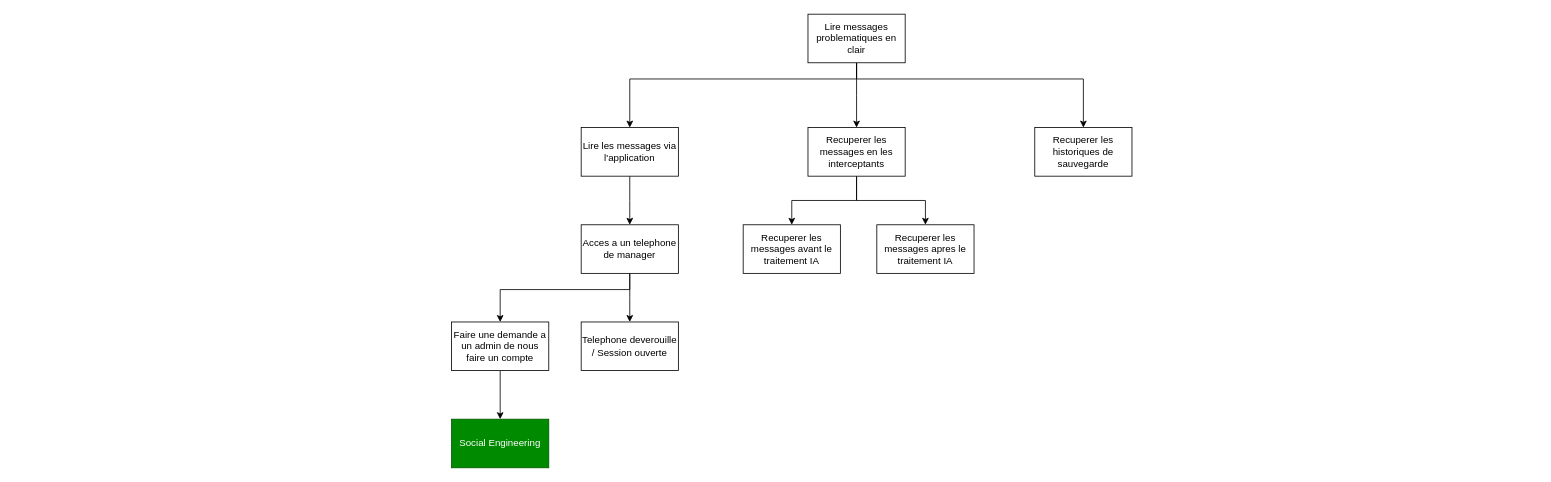
Above: docs/Attack_tree.drawio in spirolad/episecurity-ios (draw.io), before the change. Source tidied: cells renumbered, new cells numbered last; positions are measured from the earlier drawing's top-left corner, leaving out a move shared by most shapes. Both pictures are drawn from the tidied source at 81%, with x=0, y=0 at pixel (451, 14).
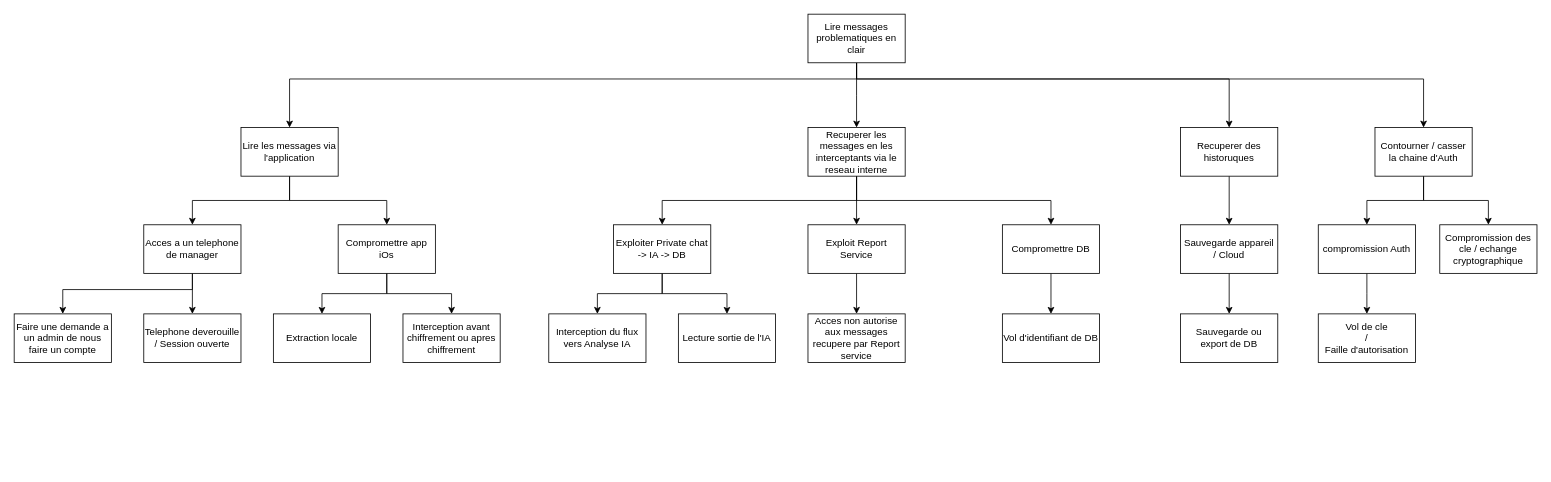
The same page after the edit.

Commit message:
feat: Improve Attack Tree

Unchanged cells that the change refers to:
```xml
<mxCell id="5" value="Lire messages problematiques en clair" style="rounded=0;whiteSpace=wrap;html=1;" parent="1" vertex="1">
  <mxGeometry x="440" width="120" height="60" as="geometry" />
</mxCell>
```

The edit, as a diff of the source:
```diff
@@
-    <mxCell id="2" style="edgeStyle=orthogonalEdgeStyle;rounded=0;jettySize=auto;html=1;defaultLabelBackgroundColor=page;labelPadding=0 4;" parent="1" edge="1" source="5">
-      <mxGeometry x="-0.11" relative="1" as="geometry">
-        <mxPoint x="220" y="140" as="targetPoint" />
+    <mxCell id="2" style="edgeStyle=orthogonalEdgeStyle;rounded=0;jettySize=auto;html=1;defaultLabelBackgroundColor=page;labelPadding=0 4;entryX=0.5;entryY=0;entryDx=0;entryDy=0;" parent="1" edge="1" source="5" target="7">
+      <mxGeometry x="-0.41" relative="1" as="geometry">
         <Array as="points">
           <mxPoint x="500" y="80" />
-          <mxPoint x="220" y="80" />
+          <mxPoint x="-200" y="80" />
         </Array>
       </mxGeometry>
     </mxCell>
@@
-    <mxCell id="4" style="edgeStyle=orthogonalEdgeStyle;rounded=0;jettySize=auto;html=1;defaultLabelBackgroundColor=page;labelPadding=0 4;" parent="1" edge="1" source="5">
-      <mxGeometry relative="1" as="geometry">
-        <mxPoint x="780" y="140" as="targetPoint" />
-        <Array as="points">
-          <mxPoint x="500" y="80" />
-          <mxPoint x="780" y="80" />
-        </Array>
-      </mxGeometry>
-    </mxCell>
+    <mxCell id="21" style="edgeStyle=orthogonalEdgeStyle;rounded=0;jettySize=auto;html=1;entryX=0.5;entryY=0;entryDx=0;entryDy=0;defaultLabelBackgroundColor=page;labelPadding=0 4;" parent="1" edge="1" source="5" target="42">
+      <mxGeometry relative="1" as="geometry">
+        <Array as="points">
+          <mxPoint x="500" y="80" />
+          <mxPoint x="960" y="80" />
+        </Array>
+      </mxGeometry>
+    </mxCell>
+    <mxCell id="22" style="edgeStyle=orthogonalEdgeStyle;rounded=0;jettySize=auto;html=1;entryX=0.5;entryY=0;entryDx=0;entryDy=0;defaultLabelBackgroundColor=page;labelPadding=0 4;" parent="1" edge="1" source="5" target="48">
+      <mxGeometry relative="1" as="geometry">
+        <Array as="points">
+          <mxPoint x="500" y="80" />
+          <mxPoint x="1200" y="80" />
+        </Array>
+      </mxGeometry>
+    </mxCell>
@@
-    <mxCell id="6" style="edgeStyle=orthogonalEdgeStyle;rounded=0;jettySize=auto;html=1;defaultLabelBackgroundColor=page;labelPadding=0 4;" parent="1" edge="1" source="7">
-      <mxGeometry relative="1" as="geometry">
-        <mxPoint x="220" y="260" as="targetPoint" />
-      </mxGeometry>
+    <mxCell id="6" style="edgeStyle=orthogonalEdgeStyle;rounded=0;jettySize=auto;html=1;defaultLabelBackgroundColor=page;labelPadding=0 4;entryX=0.5;entryY=0;entryDx=0;entryDy=0;" parent="1" edge="1" source="7" target="14">
+      <mxGeometry x="-0.67" relative="1" as="geometry" />
     </mxCell>
+    <mxCell id="23" style="edgeStyle=orthogonalEdgeStyle;rounded=0;jettySize=auto;html=1;entryX=0.5;entryY=0;entryDx=0;entryDy=0;defaultLabelBackgroundColor=page;labelPadding=0 4;" parent="1" edge="1" source="7" target="33">
+      <mxGeometry relative="1" as="geometry" />
+    </mxCell>
     <mxCell id="7" value="Lire les messages via l'application" style="rounded=0;whiteSpace=wrap;html=1;" parent="1" vertex="1">
-      <mxGeometry x="160" y="140" width="120" height="60" as="geometry" />
+      <mxGeometry x="-260" y="140" width="120" height="60" as="geometry" />
     </mxCell>
     <mxCell id="8" style="edgeStyle=orthogonalEdgeStyle;rounded=0;jettySize=auto;html=1;defaultLabelBackgroundColor=page;labelPadding=0 4;entryX=0.5;entryY=0;entryDx=0;entryDy=0;" parent="1" edge="1" source="10" target="19">
-      <mxGeometry x="-0.57" relative="1" as="geometry" />
+      <mxGeometry x="-0.52" relative="1" as="geometry">
+        <Array as="points">
+          <mxPoint x="500" y="230" />
+          <mxPoint x="260" y="230" />
+        </Array>
+      </mxGeometry>
     </mxCell>
@@
+    <mxCell id="24" style="edgeStyle=orthogonalEdgeStyle;rounded=0;jettySize=auto;html=1;entryX=0.5;entryY=0;entryDx=0;entryDy=0;defaultLabelBackgroundColor=page;labelPadding=0 4;" parent="1" edge="1" source="10" target="39">
+      <mxGeometry relative="1" as="geometry">
+        <Array as="points">
+          <mxPoint x="500" y="230" />
+          <mxPoint x="740" y="230" />
+        </Array>
+      </mxGeometry>
+    </mxCell>
-    <mxCell id="10" value="Recuperer les messages en les interceptants" style="rounded=0;whiteSpace=wrap;html=1;" parent="1" vertex="1">
+    <mxCell id="10" value="Recuperer les messages en les interceptants via le reseau interne" style="rounded=0;whiteSpace=wrap;html=1;" parent="1" vertex="1">
       <mxGeometry x="440" y="140" width="120" height="60" as="geometry" />
     </mxCell>
-    <mxCell id="11" value="Recuperer les historiques de sauvegarde" style="rounded=0;whiteSpace=wrap;html=1;" parent="1" vertex="1">
-      <mxGeometry x="720" y="140" width="120" height="60" as="geometry" />
-    </mxCell>
-    <mxCell id="12" style="edgeStyle=orthogonalEdgeStyle;rounded=0;jettySize=auto;html=1;defaultLabelBackgroundColor=page;labelPadding=0 4;" parent="1" edge="1" source="14">
-      <mxGeometry relative="1" as="geometry">
-        <mxPoint x="220" y="380" as="targetPoint" />
-      </mxGeometry>
-    </mxCell>
-    <mxCell id="13" style="edgeStyle=orthogonalEdgeStyle;rounded=0;jettySize=auto;html=1;defaultLabelBackgroundColor=page;labelPadding=0 4;" parent="1" edge="1" source="14">
-      <mxGeometry relative="1" as="geometry">
-        <mxPoint x="60" y="380" as="targetPoint" />
-        <Array as="points">
-          <mxPoint x="220" y="340" />
-          <mxPoint x="60" y="340" />
-        </Array>
-      </mxGeometry>
-    </mxCell>
+    <mxCell id="25" style="edgeStyle=orthogonalEdgeStyle;rounded=0;jettySize=auto;html=1;entryX=0.5;entryY=0;entryDx=0;entryDy=0;defaultLabelBackgroundColor=page;labelPadding=0 4;" parent="1" edge="1" source="14" target="15">
+      <mxGeometry relative="1" as="geometry" />
+    </mxCell>
+    <mxCell id="26" style="edgeStyle=orthogonalEdgeStyle;rounded=0;jettySize=auto;html=1;entryX=0.5;entryY=0;entryDx=0;entryDy=0;defaultLabelBackgroundColor=page;labelPadding=0 4;" parent="1" edge="1" source="14" target="17">
+      <mxGeometry relative="1" as="geometry">
+        <Array as="points">
+          <mxPoint x="-320" y="340" />
+          <mxPoint x="-480" y="340" />
+        </Array>
+      </mxGeometry>
+    </mxCell>
     <mxCell id="14" value="Acces a un telephone de manager" style="rounded=0;whiteSpace=wrap;html=1;" parent="1" vertex="1">
-      <mxGeometry x="160" y="260" width="120" height="60" as="geometry" />
+      <mxGeometry x="-380" y="260" width="120" height="60" as="geometry" />
     </mxCell>
     <mxCell id="15" value="Telephone deverouille / Session ouverte" style="rounded=0;whiteSpace=wrap;html=1;" parent="1" vertex="1">
-      <mxGeometry x="160" y="380" width="120" height="60" as="geometry" />
+      <mxGeometry x="-380" y="370" width="120" height="60" as="geometry" />
     </mxCell>
-    <mxCell id="16" style="edgeStyle=orthogonalEdgeStyle;rounded=0;jettySize=auto;html=1;defaultLabelBackgroundColor=page;labelPadding=0 4;" parent="1" edge="1" source="17">
-      <mxGeometry relative="1" as="geometry">
-        <mxPoint x="60" y="500" as="targetPoint" />
-      </mxGeometry>
-    </mxCell>
     <mxCell id="17" value="Faire une demande a un admin de nous faire un compte" style="rounded=0;whiteSpace=wrap;html=1;" parent="1" vertex="1">
-      <mxGeometry y="380" width="120" height="60" as="geometry" />
+      <mxGeometry x="-540" y="370" width="120" height="60" as="geometry" />
     </mxCell>
-    <mxCell id="18" value="Social Engineering" style="rounded=0;whiteSpace=wrap;html=1;fillColor=#008a00;fontColor=#ffffff;strokeColor=#005700;" parent="1" vertex="1">
-      <mxGeometry y="500" width="120" height="60" as="geometry" />
-    </mxCell>
+    <mxCell id="27" style="edgeStyle=orthogonalEdgeStyle;rounded=0;jettySize=auto;html=1;defaultLabelBackgroundColor=page;labelPadding=0 4;entryX=0.5;entryY=0;entryDx=0;entryDy=0;" parent="1" edge="1" source="19" target="30">
+      <mxGeometry relative="1" as="geometry" />
+    </mxCell>
+    <mxCell id="28" style="edgeStyle=orthogonalEdgeStyle;rounded=0;jettySize=auto;html=1;entryX=0.5;entryY=0;entryDx=0;entryDy=0;defaultLabelBackgroundColor=page;labelPadding=0 4;" parent="1" edge="1" source="19" target="36">
+      <mxGeometry relative="1" as="geometry" />
+    </mxCell>
-    <mxCell id="19" value="Recuperer les messages avant le traitement IA" style="rounded=0;whiteSpace=wrap;html=1;" parent="1" vertex="1">
-      <mxGeometry x="360" y="260" width="120" height="60" as="geometry" />
+    <mxCell id="19" value="Exploiter Private chat -&amp;gt; IA -&amp;gt; DB" style="rounded=0;whiteSpace=wrap;html=1;" parent="1" vertex="1">
+      <mxGeometry x="200" y="260" width="120" height="60" as="geometry" />
     </mxCell>
+    <mxCell id="29" style="edgeStyle=orthogonalEdgeStyle;rounded=0;jettySize=auto;html=1;defaultLabelBackgroundColor=page;labelPadding=0 4;entryX=0.5;entryY=0;entryDx=0;entryDy=0;" parent="1" edge="1" source="20" target="37">
+      <mxGeometry relative="1" as="geometry" />
+    </mxCell>
-    <mxCell id="20" value="Recuperer les messages apres le traitement IA" style="rounded=0;whiteSpace=wrap;html=1;" parent="1" vertex="1">
-      <mxGeometry x="525" y="260" width="120" height="60" as="geometry" />
+    <mxCell id="20" value="Exploit Report Service" style="rounded=0;whiteSpace=wrap;html=1;" parent="1" vertex="1">
+      <mxGeometry x="440" y="260" width="120" height="60" as="geometry" />
     </mxCell>
+    <mxCell id="30" value="Interception du flux vers Analyse IA" style="rounded=0;whiteSpace=wrap;html=1;" parent="1" vertex="1">
+      <mxGeometry x="120" y="370" width="120" height="60" as="geometry" />
+    </mxCell>
+    <mxCell id="31" style="edgeStyle=orthogonalEdgeStyle;rounded=0;jettySize=auto;html=1;entryX=0.5;entryY=0;entryDx=0;entryDy=0;defaultLabelBackgroundColor=page;labelPadding=0 4;" parent="1" edge="1" source="33" target="35">
+      <mxGeometry relative="1" as="geometry" />
+    </mxCell>
+    <mxCell id="32" style="edgeStyle=orthogonalEdgeStyle;rounded=0;jettySize=auto;html=1;entryX=0.5;entryY=0;entryDx=0;entryDy=0;defaultLabelBackgroundColor=page;labelPadding=0 4;" parent="1" edge="1" source="33" target="34">
+      <mxGeometry relative="1" as="geometry" />
+    </mxCell>
+    <mxCell id="33" value="Compromettre app iOs" style="rounded=0;whiteSpace=wrap;html=1;" parent="1" vertex="1">
+      <mxGeometry x="-140" y="260" width="120" height="60" as="geometry" />
+    </mxCell>
+    <mxCell id="34" value="Extraction locale" style="rounded=0;whiteSpace=wrap;html=1;" parent="1" vertex="1">
+      <mxGeometry x="-220" y="370" width="120" height="60" as="geometry" />
+    </mxCell>
+    <mxCell id="35" value="Interception avant chiffrement ou apres chiffrement" style="rounded=0;whiteSpace=wrap;html=1;" parent="1" vertex="1">
+      <mxGeometry x="-60" y="370" width="120" height="60" as="geometry" />
+    </mxCell>
+    <mxCell id="36" value="Lecture sortie de l'IA" style="rounded=0;whiteSpace=wrap;html=1;" parent="1" vertex="1">
+      <mxGeometry x="280" y="370" width="120" height="60" as="geometry" />
+    </mxCell>
+    <mxCell id="37" value="Acces non autorise aux messages recupere par Report service" style="rounded=0;whiteSpace=wrap;html=1;" parent="1" vertex="1">
+      <mxGeometry x="440" y="370" width="120" height="60" as="geometry" />
+    </mxCell>
+    <mxCell id="38" style="edgeStyle=orthogonalEdgeStyle;rounded=0;jettySize=auto;html=1;defaultLabelBackgroundColor=page;labelPadding=0 4;entryX=0.5;entryY=0;entryDx=0;entryDy=0;" parent="1" edge="1" source="39" target="40">
+      <mxGeometry relative="1" as="geometry" />
+    </mxCell>
+    <mxCell id="39" value="Compromettre DB" style="rounded=0;whiteSpace=wrap;html=1;" parent="1" vertex="1">
+      <mxGeometry x="680" y="260" width="120" height="60" as="geometry" />
+    </mxCell>
+    <mxCell id="40" value="Vol d'identifiant de DB" style="rounded=0;whiteSpace=wrap;html=1;" parent="1" vertex="1">
+      <mxGeometry x="680" y="370" width="120" height="60" as="geometry" />
+    </mxCell>
+    <mxCell id="41" style="edgeStyle=orthogonalEdgeStyle;rounded=0;jettySize=auto;html=1;entryX=0.5;entryY=0;entryDx=0;entryDy=0;defaultLabelBackgroundColor=page;labelPadding=0 4;" parent="1" edge="1" source="42" target="44">
+      <mxGeometry relative="1" as="geometry" />
+    </mxCell>
+    <mxCell id="42" value="Recuperer des historuques" style="rounded=0;whiteSpace=wrap;html=1;" parent="1" vertex="1">
+      <mxGeometry x="900" y="140" width="120" height="60" as="geometry" />
+    </mxCell>
+    <mxCell id="43" style="edgeStyle=orthogonalEdgeStyle;rounded=0;jettySize=auto;html=1;entryX=0.5;entryY=0;entryDx=0;entryDy=0;defaultLabelBackgroundColor=page;labelPadding=0 4;" parent="1" edge="1" source="44" target="45">
+      <mxGeometry relative="1" as="geometry" />
+    </mxCell>
+    <mxCell id="44" value="Sauvegarde appareil&lt;div&gt;/ Cloud&lt;/div&gt;" style="rounded=0;whiteSpace=wrap;html=1;" parent="1" vertex="1">
+      <mxGeometry x="900" y="260" width="120" height="60" as="geometry" />
+    </mxCell>
+    <mxCell id="45" value="Sauvegarde ou export de DB" style="rounded=0;whiteSpace=wrap;html=1;" parent="1" vertex="1">
+      <mxGeometry x="900" y="370" width="120" height="60" as="geometry" />
+    </mxCell>
+    <mxCell id="46" style="edgeStyle=orthogonalEdgeStyle;rounded=0;jettySize=auto;html=1;defaultLabelBackgroundColor=page;labelPadding=0 4;entryX=0.5;entryY=0;entryDx=0;entryDy=0;" parent="1" edge="1" source="48" target="50">
+      <mxGeometry x="-0.08" relative="1" as="geometry" />
+    </mxCell>
+    <mxCell id="47" style="edgeStyle=orthogonalEdgeStyle;rounded=0;jettySize=auto;html=1;entryX=0.5;entryY=0;entryDx=0;entryDy=0;defaultLabelBackgroundColor=page;labelPadding=0 4;" parent="1" edge="1" source="48" target="51">
+      <mxGeometry relative="1" as="geometry" />
+    </mxCell>
+    <mxCell id="48" value="Contourner / casser la chaine d'Auth" style="rounded=0;whiteSpace=wrap;html=1;" parent="1" vertex="1">
+      <mxGeometry x="1140" y="140" width="120" height="60" as="geometry" />
+    </mxCell>
+    <mxCell id="49" style="edgeStyle=orthogonalEdgeStyle;rounded=0;jettySize=auto;html=1;defaultLabelBackgroundColor=page;labelPadding=0 4;" parent="1" edge="1" source="50">
+      <mxGeometry relative="1" as="geometry">
+        <mxPoint x="1130" y="370" as="targetPoint" />
+      </mxGeometry>
+    </mxCell>
+    <mxCell id="50" value="compromission Auth" style="rounded=0;whiteSpace=wrap;html=1;" parent="1" vertex="1">
+      <mxGeometry x="1070" y="260" width="120" height="60" as="geometry" />
+    </mxCell>
+    <mxCell id="51" value="Compromission des cle / echange cryptographique" style="rounded=0;whiteSpace=wrap;html=1;" parent="1" vertex="1">
+      <mxGeometry x="1220" y="260" width="120" height="60" as="geometry" />
+    </mxCell>
+    <mxCell id="52" value="Vol de cle&lt;div&gt;/&lt;/div&gt;&lt;div&gt;Faille d'autorisation&lt;/div&gt;" style="rounded=0;whiteSpace=wrap;html=1;" parent="1" vertex="1">
+      <mxGeometry x="1070" y="370" width="120" height="60" as="geometry" />
+    </mxCell>
```
